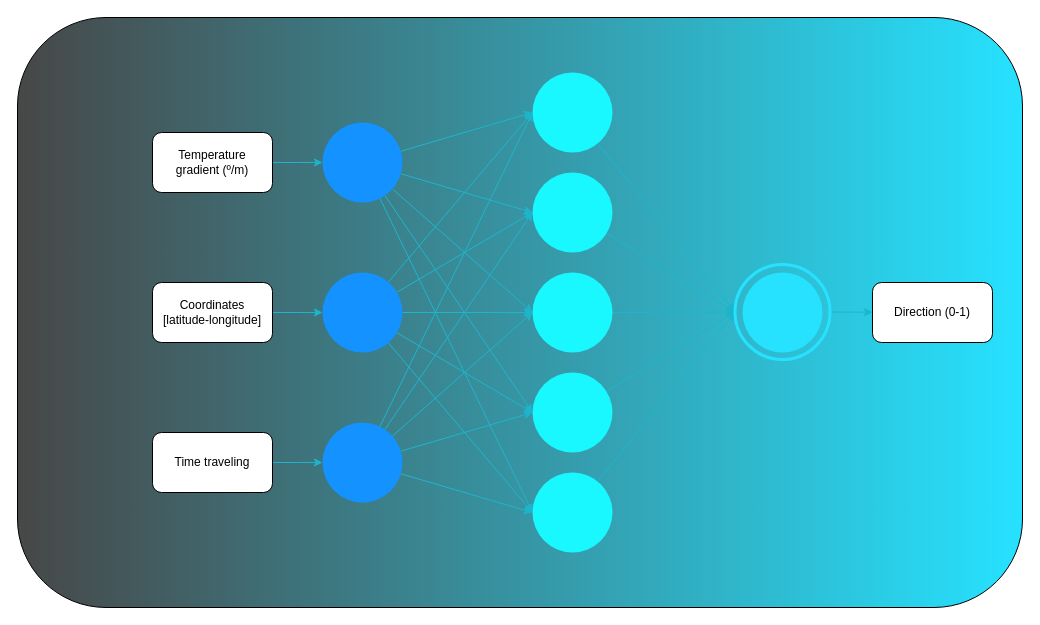
Earlier version of the draw.io diagram ann_pygos.drawio (HelenaAH30/pygoscelisantarcticus_ai). Source tidied: cells renumbered, new cells numbered last; positions are measured from the earlier drawing's top-left corner, leaving out a move shared by most shapes. Both pictures are drawn from the tidied source at 100%, with x=0, y=0 at pixel (17, 17).
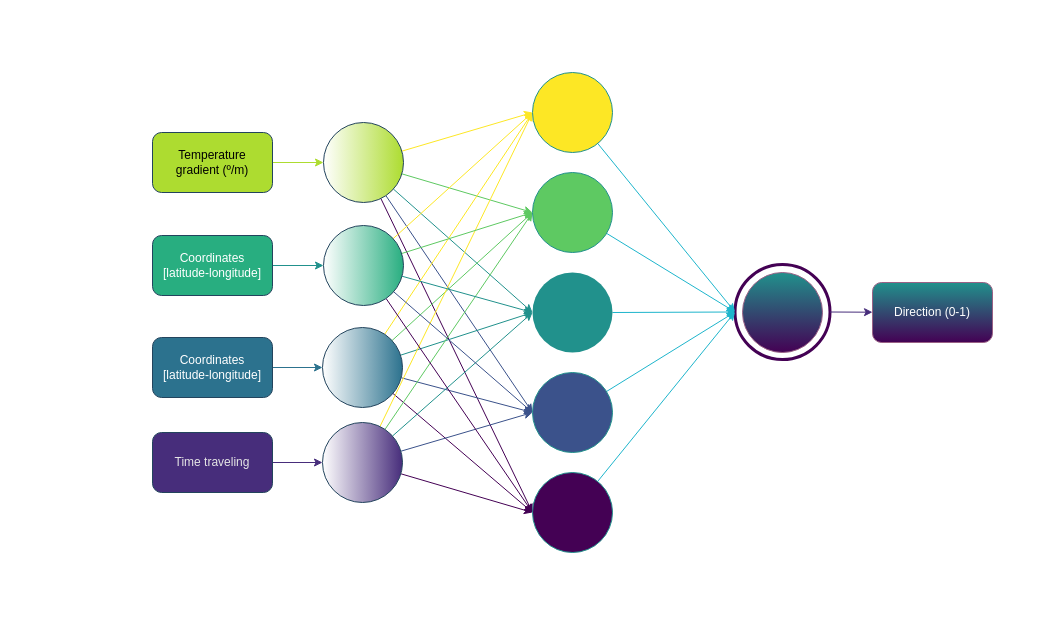
After the change.

Diff of the diagram source:
```diff
@@
-    <mxCell id="2" style="rounded=1;whiteSpace=wrap;html=1;fillColor=#474747;gradientColor=#26E2FF;gradientDirection=east;" parent="1" vertex="1">
-      <mxGeometry width="1005" height="590" as="geometry" />
-    </mxCell>
+    <mxCell id="40" style="ellipse;whiteSpace=wrap;html=1;fillColor=none;strokeColor=#440154;strokeWidth=3;" parent="1" vertex="1">
+      <mxGeometry x="717.5" y="247" width="95" height="95" as="geometry" />
+    </mxCell>
-    <mxCell id="3" style="edgeStyle=none;html=1;entryX=0;entryY=0.5;entryDx=0;entryDy=0;strokeColor=#1EB5CC;" parent="1" edge="1" source="8" target="28">
+    <mxCell id="3" style="edgeStyle=none;html=1;entryX=0;entryY=0.5;entryDx=0;entryDy=0;strokeColor=#5EC962;" parent="1" edge="1" source="8" target="28">
       <mxGeometry relative="1" as="geometry" />
     </mxCell>
-    <mxCell id="4" style="edgeStyle=none;html=1;entryX=0;entryY=0.5;entryDx=0;entryDy=0;strokeColor=#1EB5CC;" parent="1" edge="1" source="8" target="30">
+    <mxCell id="4" style="edgeStyle=none;html=1;entryX=0;entryY=0.5;entryDx=0;entryDy=0;strokeColor=#21918C;" parent="1" edge="1" source="8" target="30">
       <mxGeometry relative="1" as="geometry" />
     </mxCell>
-    <mxCell id="5" style="edgeStyle=none;html=1;entryX=0;entryY=0.5;entryDx=0;entryDy=0;strokeColor=#1EB5CC;" parent="1" edge="1" source="8" target="35">
+    <mxCell id="5" style="edgeStyle=none;html=1;entryX=0;entryY=0.5;entryDx=0;entryDy=0;strokeColor=#3B528B;" parent="1" edge="1" source="8" target="35">
       <mxGeometry relative="1" as="geometry" />
     </mxCell>
-    <mxCell id="6" style="edgeStyle=none;html=1;entryX=0;entryY=0.5;entryDx=0;entryDy=0;strokeColor=#1EB5CC;" parent="1" edge="1" source="8" target="37">
+    <mxCell id="6" style="edgeStyle=none;html=1;entryX=0;entryY=0.5;entryDx=0;entryDy=0;strokeColor=#FDE725;" parent="1" edge="1" source="8" target="37">
       <mxGeometry relative="1" as="geometry" />
     </mxCell>
-    <mxCell id="7" style="edgeStyle=none;html=1;entryX=0;entryY=0.5;entryDx=0;entryDy=0;strokeColor=#1EB5CC;" parent="1" edge="1" source="8" target="39">
+    <mxCell id="7" style="edgeStyle=none;html=1;entryX=0;entryY=0.5;entryDx=0;entryDy=0;strokeColor=#440154;" parent="1" edge="1" source="8" target="39">
       <mxGeometry relative="1" as="geometry" />
     </mxCell>
-    <mxCell id="8" style="ellipse;whiteSpace=wrap;html=1;fillColor=#1492FF;strokeColor=none;" parent="1" vertex="1">
-      <mxGeometry x="305" y="105" width="80" height="80" as="geometry" />
+    <mxCell id="8" style="ellipse;whiteSpace=wrap;html=1;fillColor=#FFFFFF;strokeColor=#23445d;gradientColor=#ADDC30;gradientDirection=east;" parent="1" vertex="1">
+      <mxGeometry x="306" y="105" width="80" height="80" as="geometry" />
     </mxCell>
-    <mxCell id="9" style="edgeStyle=none;html=1;entryX=0;entryY=0.5;entryDx=0;entryDy=0;strokeColor=#1EB5CC;" parent="1" edge="1" source="14" target="28">
+    <mxCell id="9" style="edgeStyle=none;html=1;entryX=0;entryY=0.5;entryDx=0;entryDy=0;strokeColor=#5EC962;" parent="1" edge="1" source="14" target="28">
       <mxGeometry relative="1" as="geometry" />
     </mxCell>
-    <mxCell id="10" style="edgeStyle=none;html=1;entryX=0;entryY=0.5;entryDx=0;entryDy=0;strokeColor=#1EB5CC;" parent="1" edge="1" source="14" target="30">
+    <mxCell id="10" style="edgeStyle=none;html=1;entryX=0;entryY=0.5;entryDx=0;entryDy=0;strokeColor=#21918C;" parent="1" edge="1" source="14" target="30">
       <mxGeometry relative="1" as="geometry" />
     </mxCell>
-    <mxCell id="11" style="edgeStyle=none;html=1;entryX=0;entryY=0.5;entryDx=0;entryDy=0;strokeColor=#1EB5CC;" parent="1" edge="1" source="14" target="37">
+    <mxCell id="11" style="edgeStyle=none;html=1;entryX=0;entryY=0.5;entryDx=0;entryDy=0;strokeColor=#FDE725;" parent="1" edge="1" source="14" target="37">
       <mxGeometry relative="1" as="geometry" />
     </mxCell>
-    <mxCell id="12" style="edgeStyle=none;html=1;entryX=0;entryY=0.5;entryDx=0;entryDy=0;strokeColor=#1EB5CC;" parent="1" edge="1" source="14" target="35">
+    <mxCell id="12" style="edgeStyle=none;html=1;entryX=0;entryY=0.5;entryDx=0;entryDy=0;strokeColor=#3B528B;" parent="1" edge="1" source="14" target="35">
       <mxGeometry relative="1" as="geometry" />
     </mxCell>
-    <mxCell id="13" style="edgeStyle=none;html=1;entryX=0;entryY=0.5;entryDx=0;entryDy=0;strokeColor=#1EB5CC;" parent="1" edge="1" source="14" target="39">
+    <mxCell id="13" style="edgeStyle=none;html=1;entryX=0;entryY=0.5;entryDx=0;entryDy=0;strokeColor=#440154;" parent="1" edge="1" source="14" target="39">
       <mxGeometry relative="1" as="geometry" />
     </mxCell>
-    <mxCell id="14" style="ellipse;whiteSpace=wrap;html=1;fillColor=#1492FF;strokeColor=none;" parent="1" vertex="1">
-      <mxGeometry x="305" y="255" width="80" height="80" as="geometry" />
+    <mxCell id="14" style="ellipse;whiteSpace=wrap;html=1;fillColor=#FFFFFF;strokeColor=#23445d;gradientColor=#2c728e;gradientDirection=east;" parent="1" vertex="1">
+      <mxGeometry x="305" y="310" width="80" height="80" as="geometry" />
     </mxCell>
-    <mxCell id="15" style="edgeStyle=none;html=1;entryX=0;entryY=0.5;entryDx=0;entryDy=0;strokeColor=#1EB5CC;" parent="1" edge="1" source="20" target="30">
+    <mxCell id="15" style="edgeStyle=none;html=1;entryX=0;entryY=0.5;entryDx=0;entryDy=0;strokeColor=#21918C;" parent="1" edge="1" source="20" target="30">
       <mxGeometry relative="1" as="geometry" />
     </mxCell>
-    <mxCell id="16" style="edgeStyle=none;html=1;entryX=0;entryY=0.5;entryDx=0;entryDy=0;strokeColor=#1EB5CC;" parent="1" edge="1" source="20" target="28">
+    <mxCell id="16" style="edgeStyle=none;html=1;entryX=0;entryY=0.5;entryDx=0;entryDy=0;strokeColor=#5EC962;" parent="1" edge="1" source="20" target="28">
       <mxGeometry relative="1" as="geometry" />
     </mxCell>
-    <mxCell id="17" style="edgeStyle=none;html=1;entryX=0;entryY=0.5;entryDx=0;entryDy=0;strokeColor=#1EB5CC;" parent="1" edge="1" source="20" target="35">
+    <mxCell id="17" style="edgeStyle=none;html=1;entryX=0;entryY=0.5;entryDx=0;entryDy=0;strokeColor=#3B528B;" parent="1" edge="1" source="20" target="35">
       <mxGeometry relative="1" as="geometry" />
     </mxCell>
-    <mxCell id="18" style="edgeStyle=none;html=1;entryX=0;entryY=0.5;entryDx=0;entryDy=0;strokeColor=#1EB5CC;" parent="1" edge="1" source="20" target="39">
+    <mxCell id="18" style="edgeStyle=none;html=1;entryX=0;entryY=0.5;entryDx=0;entryDy=0;strokeColor=#440154;" parent="1" edge="1" source="20" target="39">
       <mxGeometry relative="1" as="geometry" />
     </mxCell>
-    <mxCell id="19" style="edgeStyle=none;html=1;entryX=0;entryY=0.5;entryDx=0;entryDy=0;strokeColor=#1EB5CC;" parent="1" edge="1" source="20" target="37">
+    <mxCell id="19" style="edgeStyle=none;html=1;entryX=0;entryY=0.5;entryDx=0;entryDy=0;strokeColor=#FDE725;" parent="1" edge="1" source="20" target="37">
       <mxGeometry relative="1" as="geometry" />
     </mxCell>
-    <mxCell id="20" style="ellipse;whiteSpace=wrap;html=1;fillColor=#1492FF;strokeColor=none;" parent="1" vertex="1">
+    <mxCell id="20" style="ellipse;whiteSpace=wrap;html=1;fillColor=#FFFFFF;strokeColor=#23445d;gradientColor=#472d7b;gradientDirection=east;" parent="1" vertex="1">
       <mxGeometry x="305" y="405" width="80" height="80" as="geometry" />
     </mxCell>
-    <mxCell id="21" style="edgeStyle=none;html=1;strokeColor=#1EB5CC;" parent="1" edge="1" source="22" target="8">
+    <mxCell id="21" style="edgeStyle=none;html=1;strokeColor=#ADDC30;" parent="1" edge="1" source="22" target="8">
       <mxGeometry relative="1" as="geometry" />
     </mxCell>
-    <mxCell id="22" value="Temperature&lt;br&gt;gradient (º/m)" style="rounded=1;whiteSpace=wrap;html=1;" parent="1" vertex="1">
+    <mxCell id="22" value="Temperature&lt;br&gt;gradient (º/m)" style="rounded=1;whiteSpace=wrap;html=1;fillColor=#ADDC30;strokeColor=#23445d;gradientColor=#ADDC30;gradientDirection=east;fontColor=default;" parent="1" vertex="1">
       <mxGeometry x="135" y="115" width="120" height="60" as="geometry" />
     </mxCell>
-    <mxCell id="23" style="edgeStyle=none;html=1;strokeColor=#1EB5CC;" parent="1" edge="1" source="24" target="14">
+    <mxCell id="23" style="edgeStyle=none;html=1;strokeColor=#2C728E;fontColor=#E6E6E6;" parent="1" edge="1" source="24" target="14">
       <mxGeometry relative="1" as="geometry" />
     </mxCell>
-    <mxCell id="24" value="Coordinates&lt;br&gt;[latitude-longitude]" style="rounded=1;whiteSpace=wrap;html=1;" parent="1" vertex="1">
-      <mxGeometry x="135" y="265" width="120" height="60" as="geometry" />
+    <mxCell id="24" value="Coordinates&lt;br&gt;[latitude-longitude]" style="rounded=1;whiteSpace=wrap;html=1;fillColor=#2C728E;strokeColor=#23445d;gradientColor=#2c728e;gradientDirection=east;fontColor=#FFFFFF;" parent="1" vertex="1">
+      <mxGeometry x="135" y="320" width="120" height="60" as="geometry" />
     </mxCell>
-    <mxCell id="25" style="edgeStyle=none;html=1;strokeColor=#1EB5CC;" parent="1" edge="1" source="26" target="20">
+    <mxCell id="25" style="edgeStyle=none;html=1;strokeColor=#472D7B;fontColor=#E6E6E6;" parent="1" edge="1" source="26" target="20">
       <mxGeometry relative="1" as="geometry" />
     </mxCell>
-    <mxCell id="26" value="Time traveling" style="rounded=1;whiteSpace=wrap;html=1;" parent="1" vertex="1">
+    <mxCell id="26" value="Time traveling" style="rounded=1;whiteSpace=wrap;html=1;fillColor=#472D7B;strokeColor=#23445d;gradientColor=#472D7B;gradientDirection=east;fontColor=#E6E6E6;" parent="1" vertex="1">
       <mxGeometry x="135" y="415" width="120" height="60" as="geometry" />
     </mxCell>
@@
-    <mxCell id="28" style="ellipse;whiteSpace=wrap;html=1;fillColor=#19F7FF;strokeColor=none;" parent="1" vertex="1">
+    <mxCell id="28" style="ellipse;whiteSpace=wrap;html=1;fillColor=#5ec962;strokeColor=#21918C;" parent="1" vertex="1">
       <mxGeometry x="515" y="155" width="80" height="80" as="geometry" />
     </mxCell>
@@
-    <mxCell id="30" style="ellipse;whiteSpace=wrap;html=1;fillColor=#19F7FF;strokeColor=none;" parent="1" vertex="1">
+    <mxCell id="30" style="ellipse;whiteSpace=wrap;html=1;fillColor=#21918c;strokeColor=none;" parent="1" vertex="1">
       <mxGeometry x="515" y="255" width="80" height="80" as="geometry" />
     </mxCell>
-    <mxCell id="31" style="edgeStyle=none;html=1;strokeColor=#1EB5CC;exitX=1;exitY=0.5;exitDx=0;exitDy=0;" parent="1" edge="1" source="40" target="33">
+    <mxCell id="31" style="edgeStyle=none;html=1;strokeColor=#472D7B;exitX=1;exitY=0.5;exitDx=0;exitDy=0;" parent="1" edge="1" source="40" target="33">
       <mxGeometry relative="1" as="geometry" />
     </mxCell>
-    <mxCell id="32" style="ellipse;whiteSpace=wrap;html=1;fillColor=#26E2FF;strokeColor=none;" parent="1" vertex="1">
+    <mxCell id="32" style="ellipse;whiteSpace=wrap;html=1;fillColor=#21918C;strokeColor=#996185;gradientColor=#440154;" parent="1" vertex="1">
       <mxGeometry x="725" y="255" width="80" height="80" as="geometry" />
     </mxCell>
-    <mxCell id="33" value="Direction (0-1)" style="rounded=1;whiteSpace=wrap;html=1;" parent="1" vertex="1">
+    <mxCell id="33" value="Direction (0-1)" style="rounded=1;whiteSpace=wrap;html=1;fillColor=#21918C;strokeColor=#996185;gradientColor=#440154;fontColor=#FFFFFF;" parent="1" vertex="1">
       <mxGeometry x="855" y="265" width="120" height="60" as="geometry" />
     </mxCell>
@@
-    <mxCell id="35" style="ellipse;whiteSpace=wrap;html=1;fillColor=#19F7FF;strokeColor=none;" parent="1" vertex="1">
+    <mxCell id="35" style="ellipse;whiteSpace=wrap;html=1;fillColor=#3b528b;strokeColor=#21918C;gradientColor=none;" parent="1" vertex="1">
       <mxGeometry x="515" y="355" width="80" height="80" as="geometry" />
     </mxCell>
@@
-    <mxCell id="37" style="ellipse;whiteSpace=wrap;html=1;fillColor=#19F7FF;strokeColor=none;" parent="1" vertex="1">
+    <mxCell id="37" style="ellipse;whiteSpace=wrap;html=1;fillColor=#fde725;strokeColor=#21918C;" parent="1" vertex="1">
       <mxGeometry x="515" y="55" width="80" height="80" as="geometry" />
     </mxCell>
@@
-    <mxCell id="39" style="ellipse;whiteSpace=wrap;html=1;fillColor=#19F7FF;strokeColor=none;" parent="1" vertex="1">
+    <mxCell id="39" style="ellipse;whiteSpace=wrap;html=1;fillColor=#440154;strokeColor=#21918C;" parent="1" vertex="1">
       <mxGeometry x="515" y="455" width="80" height="80" as="geometry" />
     </mxCell>
-    <mxCell id="40" style="ellipse;whiteSpace=wrap;html=1;fillColor=none;strokeColor=#26E2FF;strokeWidth=3;" parent="1" vertex="1">
-      <mxGeometry x="717.5" y="247" width="95" height="95" as="geometry" />
-    </mxCell>
+    <mxCell id="41" style="edgeStyle=none;html=1;entryX=0;entryY=0.5;entryDx=0;entryDy=0;strokeColor=#FDE725;" parent="1" edge="1" source="46" target="37">
+      <mxGeometry relative="1" as="geometry" />
+    </mxCell>
+    <mxCell id="42" style="edgeStyle=none;html=1;entryX=0;entryY=0.5;entryDx=0;entryDy=0;strokeColor=#5EC962;" parent="1" edge="1" source="46" target="28">
+      <mxGeometry relative="1" as="geometry" />
+    </mxCell>
+    <mxCell id="43" style="edgeStyle=none;html=1;entryX=0;entryY=0.5;entryDx=0;entryDy=0;strokeColor=#21918C;" parent="1" edge="1" source="46" target="30">
+      <mxGeometry relative="1" as="geometry" />
+    </mxCell>
+    <mxCell id="44" style="edgeStyle=none;html=1;entryX=0;entryY=0.5;entryDx=0;entryDy=0;strokeColor=#3B528B;" parent="1" edge="1" source="46" target="35">
+      <mxGeometry relative="1" as="geometry" />
+    </mxCell>
+    <mxCell id="45" style="edgeStyle=none;html=1;entryX=0;entryY=0.5;entryDx=0;entryDy=0;strokeColor=#440154;" parent="1" edge="1" source="46" target="39">
+      <mxGeometry relative="1" as="geometry" />
+    </mxCell>
+    <mxCell id="46" style="ellipse;whiteSpace=wrap;html=1;fillColor=#FFFFFF;strokeColor=#23445d;gradientColor=#28ae80;gradientDirection=east;" parent="1" vertex="1">
+      <mxGeometry x="306" y="208" width="80" height="80" as="geometry" />
+    </mxCell>
+    <mxCell id="47" style="edgeStyle=none;html=1;strokeColor=#21918C;" parent="1" edge="1" source="48" target="46">
+      <mxGeometry relative="1" as="geometry" />
+    </mxCell>
+    <mxCell id="48" value="Coordinates&lt;br&gt;[latitude-longitude]" style="rounded=1;whiteSpace=wrap;html=1;fillColor=#28AE80;strokeColor=#23445d;gradientColor=#28ae80;gradientDirection=east;fontColor=#FFFFFF;" parent="1" vertex="1">
+      <mxGeometry x="135" y="218" width="120" height="60" as="geometry" />
+    </mxCell>
```
